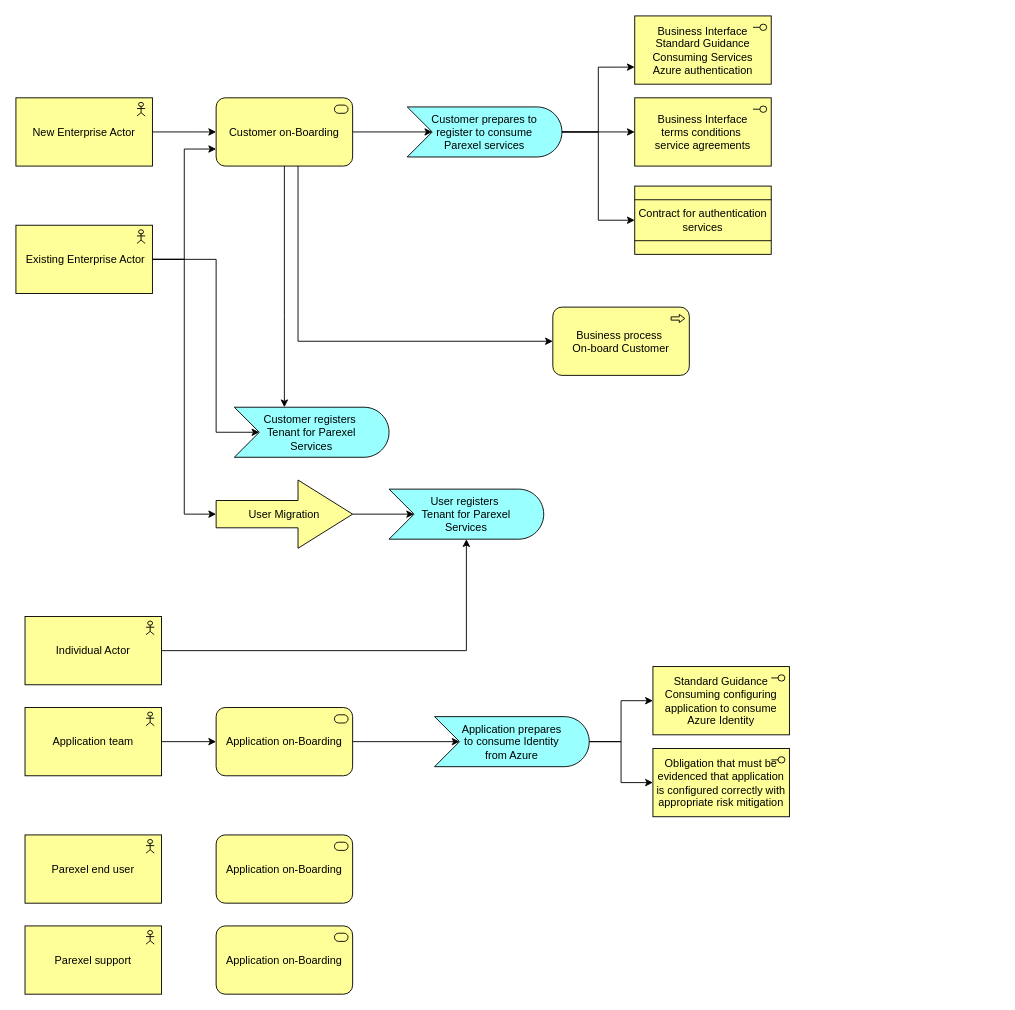
Above: page "Page-1" (1 of 3) of Untitled Diagram.drawio in identity-mark/diagrams (draw.io), before the change. Source tidied: cells renumbered, new cells numbered last; positions are measured from the earlier drawing's top-left corner, leaving out a move shared by most shapes. Both pictures are drawn from the tidied source at 91%, with x=0, y=0 at pixel (15, 15).
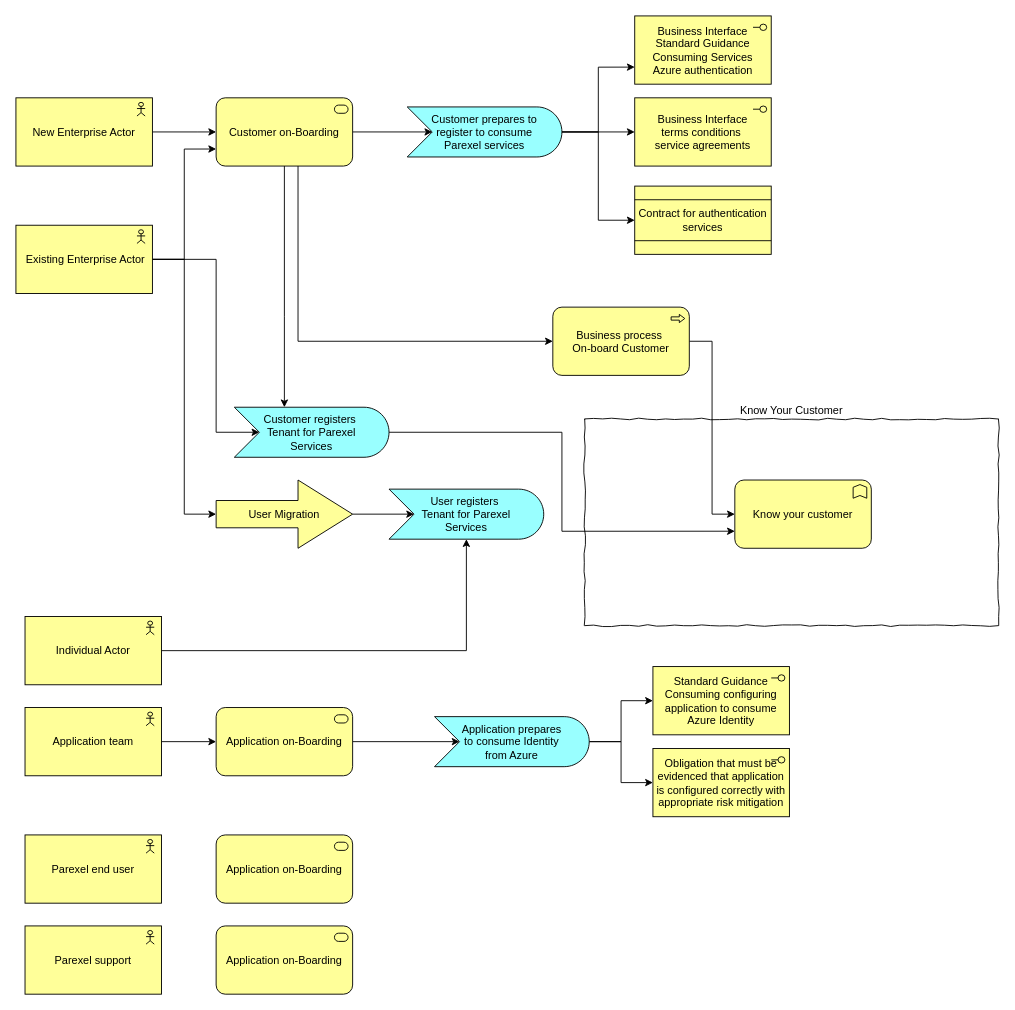
After the change.

Unchanged cells that the change refers to:
```xml
<mxCell id="13" value="Customer registers&amp;nbsp;&lt;br&gt;Tenant for Parexel&lt;br&gt;Services" style="html=1;outlineConnect=0;whiteSpace=wrap;fillColor=#99ffff;shape=mxgraph.archimate3.event;" parent="1" vertex="1">
  <mxGeometry x="240" y="430" width="170" height="55" as="geometry" />
</mxCell>
<mxCell id="26" value="Business process&amp;nbsp;&lt;br&gt;On-board Customer" style="html=1;outlineConnect=0;whiteSpace=wrap;fillColor=#ffff99;shape=mxgraph.archimate3.application;appType=proc;archiType=rounded;" parent="1" vertex="1">
  <mxGeometry x="590" y="320" width="150" height="75" as="geometry" />
</mxCell>
```

Change to the diagram source:
```diff
@@
+    <mxCell id="39" value="Know Your Customer" style="whiteSpace=wrap;html=1;comic=1;labelPosition=center;verticalLabelPosition=top;align=center;verticalAlign=bottom;" parent="1" vertex="1">
+      <mxGeometry x="625" y="443" width="455" height="227" as="geometry" />
+    </mxCell>
@@
+    <mxCell id="40" style="edgeStyle=orthogonalEdgeStyle;rounded=0;jettySize=auto;html=1;entryX=0;entryY=0.75;entryDx=0;entryDy=0;entryPerimeter=0;" parent="1" edge="1" source="13" target="42">
+      <mxGeometry relative="1" as="geometry" />
+    </mxCell>
@@
+    <mxCell id="41" style="edgeStyle=orthogonalEdgeStyle;rounded=0;jettySize=auto;html=1;entryX=0;entryY=0.5;entryDx=0;entryDy=0;entryPerimeter=0;" parent="1" edge="1" source="26" target="42">
+      <mxGeometry relative="1" as="geometry" />
+    </mxCell>
@@
+    <mxCell id="42" value="Know your customer" style="html=1;outlineConnect=0;whiteSpace=wrap;fillColor=#ffff99;shape=mxgraph.archimate3.application;appType=func;archiType=rounded;" parent="1" vertex="1">
+      <mxGeometry x="790" y="510" width="150" height="75" as="geometry" />
+    </mxCell>
```
